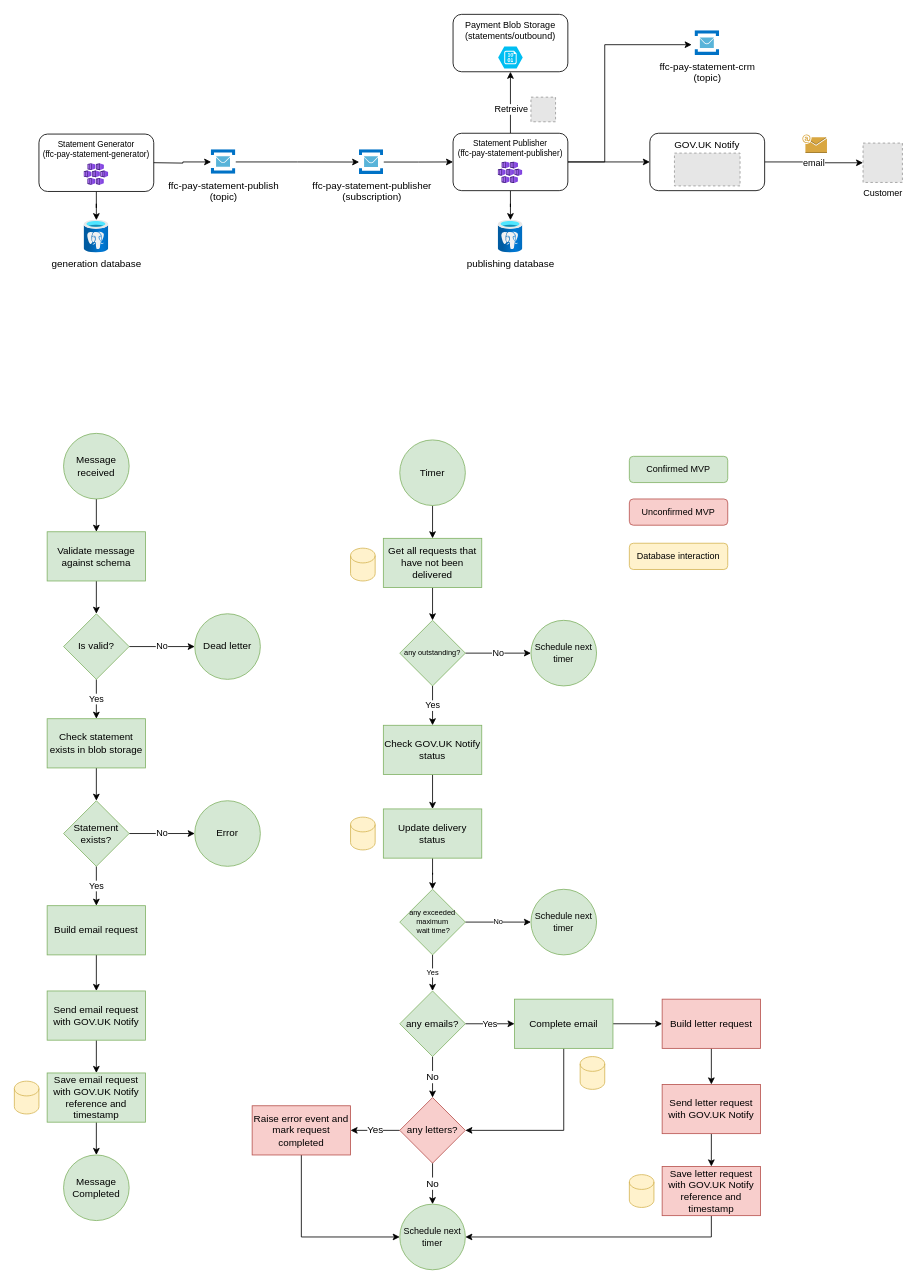
Above: Payments/ffc-pay-statement-publisher.drawio in DEFRA/ffc-diagrams (draw.io), before the change. Source tidied: cells renumbered, new cells numbered last; positions are measured from the earlier drawing's top-left corner, leaving out a move shared by most shapes. Both pictures are drawn from the tidied source at 82%, with x=0, y=0 at pixel (14, 14). Pictures stored in the file or linked from it are replaced by grey dashed boxes.
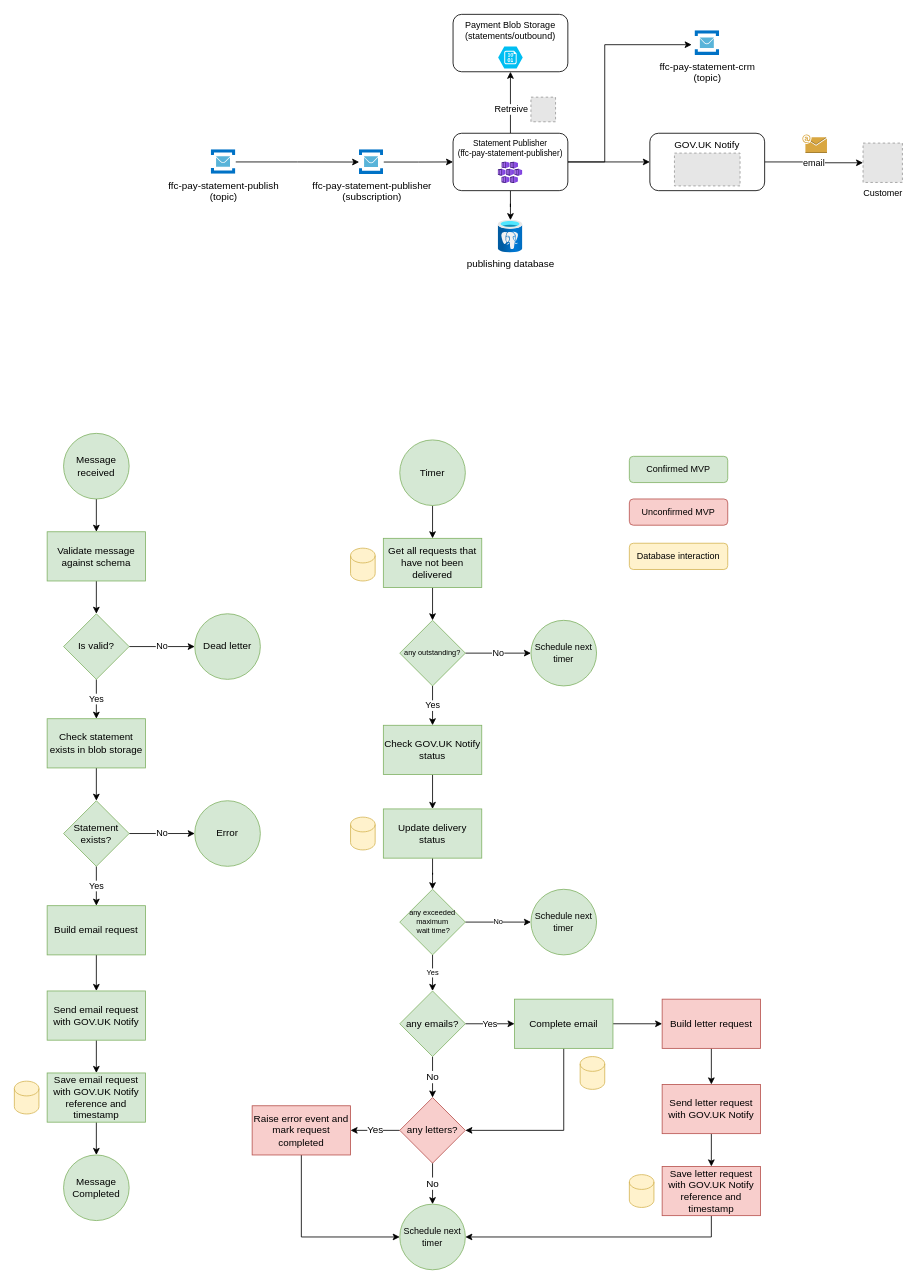
After the change.

The change refers to these unchanged cells:
```xml
<mxCell id="82" value="ffc-pay-statement-publish&lt;br&gt;(topic)" style="sketch=0;html=1;points=[];align=center;image;fontSize=12;image=img/lib/mscae/Service_Bus.svg;" parent="1" vertex="1">
  <mxGeometry x="240" y="165" width="30" height="30" as="geometry" />
</mxCell>
```

Diff of the diagram source:
```diff
@@
-    <mxCell id="76" style="edgeStyle=orthogonalEdgeStyle;rounded=0;jettySize=auto;html=1;" parent="1" edge="1" source="77" target="79">
-      <mxGeometry relative="1" as="geometry" />
-    </mxCell>
-    <mxCell id="77" value="Statement Generator&lt;br style=&quot;font-size: 10px;&quot;&gt;(ffc-pay-statement-generator)" style="rounded=1;whiteSpace=wrap;html=1;verticalAlign=top;fontSize=10;" parent="1" vertex="1">
-      <mxGeometry x="30" y="146" width="140" height="70" as="geometry" />
-    </mxCell>
-    <mxCell id="78" style="html=1;align=center;image;fontSize=12;image=img/lib/azure2/compute/Kubernetes_Services.svg;" parent="1" vertex="1">
-      <mxGeometry x="85" y="182" width="30" height="26.5" as="geometry" />
-    </mxCell>
-    <mxCell id="79" value="generation database" style="html=1;points=[];align=center;image;fontSize=12;image=img/lib/azure2/databases/Azure_Database_PostgreSQL_Server.svg;" parent="1" vertex="1">
-      <mxGeometry x="85" y="251" width="30" height="40" as="geometry" />
-    </mxCell>
-    <mxCell id="80" style="edgeStyle=orthogonalEdgeStyle;rounded=0;jettySize=auto;html=1;" parent="1" edge="1" target="82">
-      <mxGeometry relative="1" as="geometry">
-        <mxPoint x="170" y="180.9" as="sourcePoint" />
-      </mxGeometry>
-    </mxCell>
```
